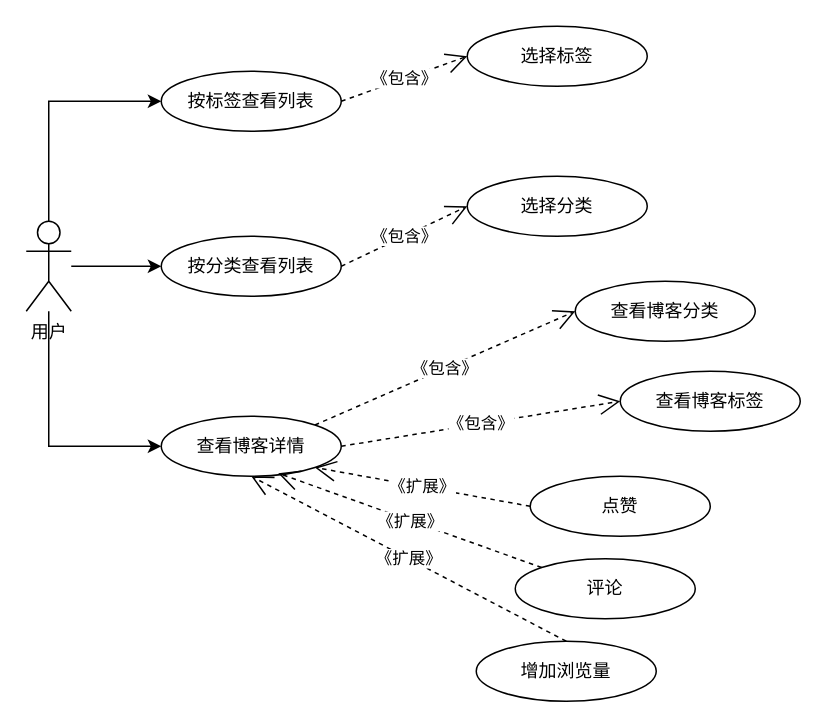
Above: 前台博客功能用例图.drawio in zyl-2000/draw (draw.io), before the change. Source tidied: cells renumbered, new cells numbered last; positions are measured from the earlier drawing's top-left corner, leaving out a move shared by most shapes. Both pictures are drawn from the tidied source at 150%, with x=0, y=0 at pixel (26, 26).
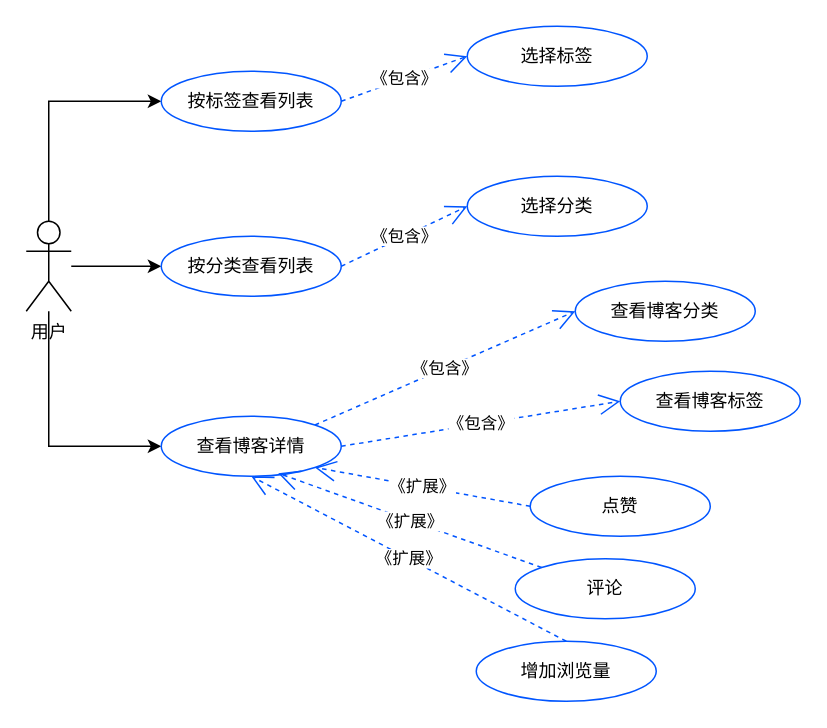
After the change.

Commit message (it also covers changes not shown here):
更新前台博客功能用例图.drawio

Diff of the diagram source:
```diff
@@
-    <mxCell id="6" value="按标签查看列表" style="ellipse;whiteSpace=wrap;html=1;" parent="1" vertex="1">
+    <mxCell id="6" value="按标签查看列表" style="ellipse;whiteSpace=wrap;html=1;strokeColor=#0055ff;" parent="1" vertex="1">
       <mxGeometry x="90" y="30" width="120" height="40" as="geometry" />
     </mxCell>
-    <mxCell id="7" value="按分类查看列表" style="ellipse;whiteSpace=wrap;html=1;" parent="1" vertex="1">
+    <mxCell id="7" value="按分类查看列表" style="ellipse;whiteSpace=wrap;html=1;strokeColor=#0055ff;" parent="1" vertex="1">
       <mxGeometry x="90" y="140" width="120" height="40" as="geometry" />
     </mxCell>
-    <mxCell id="8" value="查看博客详情" style="ellipse;whiteSpace=wrap;html=1;" parent="1" vertex="1">
+    <mxCell id="8" value="查看博客详情" style="ellipse;whiteSpace=wrap;html=1;strokeColor=#0055ff;" parent="1" vertex="1">
       <mxGeometry x="90" y="260" width="120" height="40" as="geometry" />
     </mxCell>
-    <mxCell id="9" value="查看博客标签" style="ellipse;whiteSpace=wrap;html=1;" parent="1" vertex="1">
+    <mxCell id="9" value="查看博客标签" style="ellipse;whiteSpace=wrap;html=1;strokeColor=#0055ff;" parent="1" vertex="1">
       <mxGeometry x="396" y="230" width="120" height="40" as="geometry" />
     </mxCell>
-    <mxCell id="10" value="查看博客分类" style="ellipse;whiteSpace=wrap;html=1;" parent="1" vertex="1">
+    <mxCell id="10" value="查看博客分类" style="ellipse;whiteSpace=wrap;html=1;strokeColor=#0055ff;" parent="1" vertex="1">
       <mxGeometry x="366" y="170" width="120" height="40" as="geometry" />
     </mxCell>
-    <mxCell id="11" value="点赞" style="ellipse;whiteSpace=wrap;html=1;" parent="1" vertex="1">
+    <mxCell id="11" value="点赞" style="ellipse;whiteSpace=wrap;html=1;strokeColor=#0055ff;" parent="1" vertex="1">
       <mxGeometry x="336" y="300" width="120" height="40" as="geometry" />
     </mxCell>
-    <mxCell id="12" value="评论" style="ellipse;whiteSpace=wrap;html=1;" parent="1" vertex="1">
+    <mxCell id="12" value="评论" style="ellipse;whiteSpace=wrap;html=1;strokeColor=#0055ff;" parent="1" vertex="1">
       <mxGeometry x="326" y="355" width="120" height="40" as="geometry" />
     </mxCell>
-    <mxCell id="13" value="增加浏览量" style="ellipse;whiteSpace=wrap;html=1;" parent="1" vertex="1">
+    <mxCell id="13" value="增加浏览量" style="ellipse;whiteSpace=wrap;html=1;strokeColor=#0055ff;" parent="1" vertex="1">
       <mxGeometry x="300" y="410" width="120" height="40" as="geometry" />
     </mxCell>
-    <mxCell id="14" value="《包含》" style="endArrow=open;endSize=12;dashed=1;html=1;rounded=0;exitX=1;exitY=0;exitDx=0;exitDy=0;entryX=0;entryY=0.5;entryDx=0;entryDy=0;" parent="1" edge="1" source="8" target="10">
+    <mxCell id="14" value="《包含》" style="endArrow=open;endSize=12;dashed=1;html=1;rounded=0;exitX=1;exitY=0;exitDx=0;exitDy=0;entryX=0;entryY=0.5;entryDx=0;entryDy=0;strokeColor=#0055ff;" parent="1" edge="1" source="8" target="10">
       <mxGeometry relative="1" as="geometry" />
     </mxCell>
-    <mxCell id="15" value="《扩展》" style="endArrow=open;endSize=12;dashed=1;html=1;rounded=0;exitX=0.5;exitY=0;exitDx=0;exitDy=0;entryX=0.5;entryY=1;entryDx=0;entryDy=0;" parent="1" edge="1" source="13" target="8">
+    <mxCell id="15" value="《扩展》" style="endArrow=open;endSize=12;dashed=1;html=1;rounded=0;exitX=0.5;exitY=0;exitDx=0;exitDy=0;entryX=0.5;entryY=1;entryDx=0;entryDy=0;strokeColor=#0055ff;" parent="1" edge="1" source="13" target="8">
       <mxGeometry relative="1" as="geometry" />
     </mxCell>
-    <mxCell id="16" value="《扩展》" style="endArrow=open;endSize=12;dashed=1;html=1;rounded=0;exitX=0;exitY=0;exitDx=0;exitDy=0;entryX=0.65;entryY=0.95;entryDx=0;entryDy=0;entryPerimeter=0;" parent="1" edge="1" source="12" target="8">
+    <mxCell id="16" value="《扩展》" style="endArrow=open;endSize=12;dashed=1;html=1;rounded=0;exitX=0;exitY=0;exitDx=0;exitDy=0;entryX=0.65;entryY=0.95;entryDx=0;entryDy=0;entryPerimeter=0;strokeColor=#0055ff;" parent="1" edge="1" source="12" target="8">
       <mxGeometry relative="1" as="geometry" />
     </mxCell>
-    <mxCell id="17" value="《扩展》" style="endArrow=open;endSize=12;dashed=1;html=1;rounded=0;exitX=0;exitY=0.5;exitDx=0;exitDy=0;entryX=1;entryY=1;entryDx=0;entryDy=0;" parent="1" edge="1" source="11" target="8">
+    <mxCell id="17" value="《扩展》" style="endArrow=open;endSize=12;dashed=1;html=1;rounded=0;exitX=0;exitY=0.5;exitDx=0;exitDy=0;entryX=1;entryY=1;entryDx=0;entryDy=0;strokeColor=#0055ff;" parent="1" edge="1" source="11" target="8">
       <mxGeometry relative="1" as="geometry" />
     </mxCell>
-    <mxCell id="18" value="《包含》" style="endArrow=open;endSize=12;dashed=1;html=1;rounded=0;exitX=1;exitY=0.5;exitDx=0;exitDy=0;entryX=0;entryY=0.5;entryDx=0;entryDy=0;" parent="1" edge="1" source="8" target="9">
+    <mxCell id="18" value="《包含》" style="endArrow=open;endSize=12;dashed=1;html=1;rounded=0;exitX=1;exitY=0.5;exitDx=0;exitDy=0;entryX=0;entryY=0.5;entryDx=0;entryDy=0;strokeColor=#0055ff;" parent="1" edge="1" source="8" target="9">
       <mxGeometry relative="1" as="geometry" />
     </mxCell>
-    <mxCell id="19" value="选择分类" style="ellipse;whiteSpace=wrap;html=1;" parent="1" vertex="1">
+    <mxCell id="19" value="选择分类" style="ellipse;whiteSpace=wrap;html=1;strokeColor=#0055ff;" parent="1" vertex="1">
       <mxGeometry x="294" y="100" width="120" height="40" as="geometry" />
     </mxCell>
-    <mxCell id="20" value="选择标签" style="ellipse;whiteSpace=wrap;html=1;" parent="1" vertex="1">
+    <mxCell id="20" value="选择标签" style="ellipse;whiteSpace=wrap;html=1;strokeColor=#0055ff;" parent="1" vertex="1">
       <mxGeometry x="294" width="120" height="40" as="geometry" />
     </mxCell>
-    <mxCell id="21" value="《包含》" style="endArrow=open;endSize=12;dashed=1;html=1;rounded=0;exitX=1;exitY=0.5;exitDx=0;exitDy=0;entryX=0;entryY=0.5;entryDx=0;entryDy=0;" parent="1" edge="1" source="6" target="20">
+    <mxCell id="21" value="《包含》" style="endArrow=open;endSize=12;dashed=1;html=1;rounded=0;exitX=1;exitY=0.5;exitDx=0;exitDy=0;entryX=0;entryY=0.5;entryDx=0;entryDy=0;strokeColor=#0055ff;" parent="1" edge="1" source="6" target="20">
       <mxGeometry relative="1" as="geometry" />
     </mxCell>
-    <mxCell id="22" value="《包含》" style="endArrow=open;endSize=12;dashed=1;html=1;rounded=0;exitX=1;exitY=0.5;exitDx=0;exitDy=0;entryX=0;entryY=0.5;entryDx=0;entryDy=0;" parent="1" edge="1" source="7" target="19">
+    <mxCell id="22" value="《包含》" style="endArrow=open;endSize=12;dashed=1;html=1;rounded=0;exitX=1;exitY=0.5;exitDx=0;exitDy=0;entryX=0;entryY=0.5;entryDx=0;entryDy=0;strokeColor=#0055ff;" parent="1" edge="1" source="7" target="19">
       <mxGeometry relative="1" as="geometry" />
     </mxCell>
```
